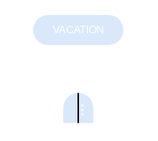
Above: docs/assets/images/jamesbond.svg in potassco/asplain (draw.io), before the change. Source tidied: cells renumbered, new cells last; positions are measured from the earlier drawing's top-left corner, leaving out a move shared by most shapes. Its diagram source:
```xml
<mxGraphModel>
  <root>
    <mxCell id="0" />
    <mxCell id="1" parent="0" />
    <mxCell id="2" style="ellipse;whiteSpace=wrap;html=1;fillColor=#dae8fc;strokeColor=none;" parent="1" vertex="1">
      <mxGeometry x="12" width="20" height="20" as="geometry" />
    </mxCell>
    <mxCell id="3" style="rounded=0;whiteSpace=wrap;html=1;strokeColor=none;fillColor=light-dark(#FFFFFF,#FFFFFF);opacity=85;" parent="1" vertex="1">
      <mxGeometry x="0.8" y="44.2" width="16.3" height="2" as="geometry" />
    </mxCell>
    <mxCell id="4" style="endArrow=none;html=1;rounded=0;strokeWidth=1.5;strokeColor=light-dark(#FFFFFF,#E6D0DE);" parent="1" edge="1">
      <mxGeometry relative="1" as="geometry">
        <mxPoint x="2" y="64.3" as="sourcePoint" />
        <mxPoint x="9" y="54.3" as="targetPoint" />
        <Array as="points">
          <mxPoint x="9" y="64.3" />
        </Array>
      </mxGeometry>
    </mxCell>
    <mxCell id="5" style="endArrow=none;html=1;rounded=0;strokeWidth=1.5;strokeColor=light-dark(#FFFFFF,#E6D0DE);" parent="1" edge="1">
      <mxGeometry relative="1" as="geometry">
        <mxPoint x="16" y="64.3" as="sourcePoint" />
        <mxPoint x="9" y="54.3" as="targetPoint" />
        <Array as="points">
          <mxPoint x="9" y="64.3" />
        </Array>
      </mxGeometry>
    </mxCell>
    <mxCell id="6" style="triangle;whiteSpace=wrap;html=1;rotation=90;fillColor=light-dark(#FFFFFF,#FF9800);opacity=65;strokeColor=none;" parent="1" vertex="1">
      <mxGeometry x="5" y="43.7" width="8" height="13" as="geometry" />
    </mxCell>
    <mxCell id="7" style="endArrow=none;html=1;rounded=0;strokeWidth=1.5;strokeColor=light-dark(#FFFFFF,#E6D0DE);" parent="1" edge="1">
      <mxGeometry relative="1" as="geometry">
        <mxPoint x="18" y="44.3" as="sourcePoint" />
        <mxPoint y="44.3" as="targetPoint" />
        <Array as="points">
          <mxPoint x="9" y="54.3" />
        </Array>
      </mxGeometry>
    </mxCell>
    <mxCell id="8" style="ellipse;whiteSpace=wrap;html=1;strokeColor=none;fillColor=light-dark(#FFFFFF,#1565C0);" parent="1" vertex="1">
      <mxGeometry x="34" y="34" width="16" height="16" as="geometry" />
    </mxCell>
    <mxCell id="9" style="ellipse;whiteSpace=wrap;html=1;strokeColor=none;fillColor=light-dark(#DAE8FC,#37474F);" parent="1" vertex="1">
      <mxGeometry x="32" y="52" width="20" height="20" as="geometry" />
    </mxCell>
    <mxCell id="10" style="rounded=0;whiteSpace=wrap;html=1;strokeColor=none;fillColor=light-dark(#DAE8FC,#37474F);" parent="1" vertex="1">
      <mxGeometry x="32" y="62" width="20" height="10" as="geometry" />
    </mxCell>
    <mxCell id="11" style="endArrow=none;html=1;rounded=0;strokeColor=light-dark(#000000,#B0BEC5);" parent="1" edge="1">
      <mxGeometry relative="1" as="geometry">
        <mxPoint x="42" y="72" as="sourcePoint" />
        <mxPoint x="42" y="52" as="targetPoint" />
      </mxGeometry>
    </mxCell>
    <mxCell id="12" style="ellipse;whiteSpace=wrap;html=1;strokeColor=none;fillColor=light-dark(#FFFFFF,#B0BEC5);" parent="1" vertex="1">
      <mxGeometry x="44" y="59.5" width="1.5" height="1.5" as="geometry" />
    </mxCell>
    <mxCell id="13" style="ellipse;whiteSpace=wrap;html=1;strokeColor=none;fillColor=light-dark(#FFFFFF,#B0BEC5);" parent="1" vertex="1">
      <mxGeometry x="44" y="62.5" width="1.5" height="1.5" as="geometry" />
    </mxCell>
    <mxCell id="14" style="ellipse;whiteSpace=wrap;html=1;strokeColor=none;fillColor=light-dark(#FFFFFF,#B0BEC5);" parent="1" vertex="1">
      <mxGeometry x="44" y="65.5" width="1.5" height="1.5" as="geometry" />
    </mxCell>
    <mxCell id="15" style="ellipse;whiteSpace=wrap;html=1;strokeColor=none;fillColor=light-dark(#FFFFFF,#B0BEC5);" parent="1" vertex="1">
      <mxGeometry x="64" y="50" width="10" height="10" as="geometry" />
    </mxCell>
    <mxCell id="16" style="ellipse;whiteSpace=wrap;html=1;strokeColor=none;fillColor=light-dark(#FFFFFF,#C62828);" parent="1" vertex="1">
      <mxGeometry x="74" y="50" width="10" height="10" as="geometry" />
    </mxCell>
    <mxCell id="17" style="rounded=0;whiteSpace=wrap;html=1;strokeColor=none;fillColor=light-dark(#FFFFFF,#C62828);" parent="1" vertex="1">
      <mxGeometry x="74" y="50" width="5" height="10" as="geometry" />
    </mxCell>
    <mxCell id="18" style="rounded=0;whiteSpace=wrap;html=1;strokeColor=none;fillColor=light-dark(#FFFFFF,#B0BEC5);" parent="1" vertex="1">
      <mxGeometry x="69" y="50" width="5" height="10" as="geometry" />
    </mxCell>
    <mxCell id="19" style="ellipse;whiteSpace=wrap;html=1;fillColor=#dae8fc;strokeColor=none;" parent="1" vertex="1">
      <mxGeometry x="52" width="20" height="20" as="geometry" />
    </mxCell>
    <mxCell id="20" style="rounded=0;whiteSpace=wrap;html=1;fillColor=#dae8fc;strokeColor=none;" parent="1" vertex="1">
      <mxGeometry x="22" width="40" height="20" as="geometry" />
    </mxCell>
    <mxCell id="21" value="VACATION" style="text;html=1;whiteSpace=wrap;strokeColor=none;fillColor=none;align=center;verticalAlign=middle;rounded=0;fontFamily=JetBrains Mono;fontSource=https%3A%2F%2Ffonts.googleapis.com%2Fcss%3Ffamily%3DJetBrains%2BMono;fontSize=7;fontColor=light-dark(#FFFFFF,#B0BEC5);" parent="1" vertex="1">
      <mxGeometry x="12" y="2.5" width="60" height="15" as="geometry" />
    </mxCell>
  </root>
</mxGraphModel>
```
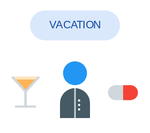
The same diagram one commit later.

Change to the diagram source:
```diff
@@ -5,10 +5,10 @@
     <mxCell id="2" style="ellipse;whiteSpace=wrap;html=1;fillColor=#dae8fc;strokeColor=none;" parent="1" vertex="1">
       <mxGeometry x="12" width="20" height="20" as="geometry" />
     </mxCell>
-    <mxCell id="3" style="rounded=0;whiteSpace=wrap;html=1;strokeColor=none;fillColor=light-dark(#FFFFFF,#FFFFFF);opacity=85;" parent="1" vertex="1">
+    <mxCell id="3" style="rounded=0;whiteSpace=wrap;html=1;strokeColor=none;fillColor=light-dark(#FFE0B2,#FFFFFF);opacity=85;" parent="1" vertex="1">
       <mxGeometry x="0.8" y="44.2" width="16.3" height="2" as="geometry" />
     </mxCell>
-    <mxCell id="4" style="endArrow=none;html=1;rounded=0;strokeWidth=1.5;strokeColor=light-dark(#FFFFFF,#E6D0DE);" parent="1" edge="1">
+    <mxCell id="4" style="endArrow=none;html=1;rounded=0;strokeWidth=1.5;strokeColor=light-dark(#CFD8DC,#E6D0DE);" parent="1" edge="1">
       <mxGeometry relative="1" as="geometry">
         <mxPoint x="2" y="64.3" as="sourcePoint" />
         <mxPoint x="9" y="54.3" as="targetPoint" />
@@ -17,7 +17,7 @@
         </Array>
       </mxGeometry>
     </mxCell>
-    <mxCell id="5" style="endArrow=none;html=1;rounded=0;strokeWidth=1.5;strokeColor=light-dark(#FFFFFF,#E6D0DE);" parent="1" edge="1">
+    <mxCell id="5" style="endArrow=none;html=1;rounded=0;strokeWidth=1.5;strokeColor=light-dark(#CFD8DC,#E6D0DE);" parent="1" edge="1">
       <mxGeometry relative="1" as="geometry">
         <mxPoint x="16" y="64.3" as="sourcePoint" />
         <mxPoint x="9" y="54.3" as="targetPoint" />
@@ -26,10 +26,10 @@
         </Array>
       </mxGeometry>
     </mxCell>
-    <mxCell id="6" style="triangle;whiteSpace=wrap;html=1;rotation=90;fillColor=light-dark(#FFFFFF,#FF9800);opacity=65;strokeColor=none;" parent="1" vertex="1">
+    <mxCell id="6" style="triangle;whiteSpace=wrap;html=1;rotation=90;fillColor=light-dark(#FB8C00,#FF9800);opacity=65;strokeColor=none;" parent="1" vertex="1">
       <mxGeometry x="5" y="43.7" width="8" height="13" as="geometry" />
     </mxCell>
-    <mxCell id="7" style="endArrow=none;html=1;rounded=0;strokeWidth=1.5;strokeColor=light-dark(#FFFFFF,#E6D0DE);" parent="1" edge="1">
+    <mxCell id="7" style="endArrow=none;html=1;rounded=0;strokeWidth=1.5;strokeColor=light-dark(#CFD8DC,#E6D0DE);" parent="1" edge="1">
       <mxGeometry relative="1" as="geometry">
         <mxPoint x="18" y="44.3" as="sourcePoint" />
         <mxPoint y="44.3" as="targetPoint" />
@@ -38,16 +38,16 @@
         </Array>
       </mxGeometry>
     </mxCell>
-    <mxCell id="8" style="ellipse;whiteSpace=wrap;html=1;strokeColor=none;fillColor=light-dark(#FFFFFF,#1565C0);" parent="1" vertex="1">
+    <mxCell id="8" style="ellipse;whiteSpace=wrap;html=1;strokeColor=none;fillColor=light-dark(#2196F3,#1565C0);" parent="1" vertex="1">
       <mxGeometry x="34" y="34" width="16" height="16" as="geometry" />
     </mxCell>
-    <mxCell id="9" style="ellipse;whiteSpace=wrap;html=1;strokeColor=none;fillColor=light-dark(#DAE8FC,#37474F);" parent="1" vertex="1">
+    <mxCell id="9" style="ellipse;whiteSpace=wrap;html=1;strokeColor=none;fillColor=light-dark(#455A64,#37474F);" parent="1" vertex="1">
       <mxGeometry x="32" y="52" width="20" height="20" as="geometry" />
     </mxCell>
-    <mxCell id="10" style="rounded=0;whiteSpace=wrap;html=1;strokeColor=none;fillColor=light-dark(#DAE8FC,#37474F);" parent="1" vertex="1">
+    <mxCell id="10" style="rounded=0;whiteSpace=wrap;html=1;strokeColor=none;fillColor=light-dark(#455A64,#37474F);" parent="1" vertex="1">
       <mxGeometry x="32" y="62" width="20" height="10" as="geometry" />
     </mxCell>
-    <mxCell id="11" style="endArrow=none;html=1;rounded=0;strokeColor=light-dark(#000000,#B0BEC5);" parent="1" edge="1">
+    <mxCell id="11" style="endArrow=none;html=1;rounded=0;strokeColor=light-dark(#CFD8DC,#B0BEC5);" parent="1" edge="1">
       <mxGeometry relative="1" as="geometry">
         <mxPoint x="42" y="72" as="sourcePoint" />
         <mxPoint x="42" y="52" as="targetPoint" />
@@ -62,16 +62,16 @@
     <mxCell id="14" style="ellipse;whiteSpace=wrap;html=1;strokeColor=none;fillColor=light-dark(#FFFFFF,#B0BEC5);" parent="1" vertex="1">
       <mxGeometry x="44" y="65.5" width="1.5" height="1.5" as="geometry" />
     </mxCell>
-    <mxCell id="15" style="ellipse;whiteSpace=wrap;html=1;strokeColor=none;fillColor=light-dark(#FFFFFF,#B0BEC5);" parent="1" vertex="1">
+    <mxCell id="15" style="ellipse;whiteSpace=wrap;html=1;strokeColor=none;fillColor=light-dark(#CFD8DC,#B0BEC5);" parent="1" vertex="1">
       <mxGeometry x="64" y="50" width="10" height="10" as="geometry" />
     </mxCell>
-    <mxCell id="16" style="ellipse;whiteSpace=wrap;html=1;strokeColor=none;fillColor=light-dark(#FFFFFF,#C62828);" parent="1" vertex="1">
+    <mxCell id="16" style="ellipse;whiteSpace=wrap;html=1;strokeColor=none;fillColor=light-dark(#F44336,#C62828);" parent="1" vertex="1">
       <mxGeometry x="74" y="50" width="10" height="10" as="geometry" />
     </mxCell>
-    <mxCell id="17" style="rounded=0;whiteSpace=wrap;html=1;strokeColor=none;fillColor=light-dark(#FFFFFF,#C62828);" parent="1" vertex="1">
+    <mxCell id="17" style="rounded=0;whiteSpace=wrap;html=1;strokeColor=none;fillColor=light-dark(#F44336,#C62828);" parent="1" vertex="1">
       <mxGeometry x="74" y="50" width="5" height="10" as="geometry" />
     </mxCell>
-    <mxCell id="18" style="rounded=0;whiteSpace=wrap;html=1;strokeColor=none;fillColor=light-dark(#FFFFFF,#B0BEC5);" parent="1" vertex="1">
+    <mxCell id="18" style="rounded=0;whiteSpace=wrap;html=1;strokeColor=none;fillColor=light-dark(#CFD8DC,#B0BEC5);" parent="1" vertex="1">
       <mxGeometry x="69" y="50" width="5" height="10" as="geometry" />
     </mxCell>
     <mxCell id="19" style="ellipse;whiteSpace=wrap;html=1;fillColor=#dae8fc;strokeColor=none;" parent="1" vertex="1">
@@ -80,7 +80,7 @@
     <mxCell id="20" style="rounded=0;whiteSpace=wrap;html=1;fillColor=#dae8fc;strokeColor=none;" parent="1" vertex="1">
       <mxGeometry x="22" width="40" height="20" as="geometry" />
     </mxCell>
-    <mxCell id="21" value="VACATION" style="text;html=1;whiteSpace=wrap;strokeColor=none;fillColor=none;align=center;verticalAlign=middle;rounded=0;fontFamily=JetBrains Mono;fontSource=https%3A%2F%2Ffonts.googleapis.com%2Fcss%3Ffamily%3DJetBrains%2BMono;fontSize=7;fontColor=light-dark(#FFFFFF,#B0BEC5);" parent="1" vertex="1">
+    <mxCell id="21" value="VACATION" style="text;html=1;whiteSpace=wrap;strokeColor=none;fillColor=none;align=center;verticalAlign=middle;rounded=0;fontFamily=JetBrains Mono;fontSource=https%3A%2F%2Ffonts.googleapis.com%2Fcss%3Ffamily%3DJetBrains%2BMono;fontSize=7;fontColor=light-dark(#0D47A1,#B0BEC5);" parent="1" vertex="1">
       <mxGeometry x="12" y="2.5" width="60" height="15" as="geometry" />
     </mxCell>
   </root>
```
